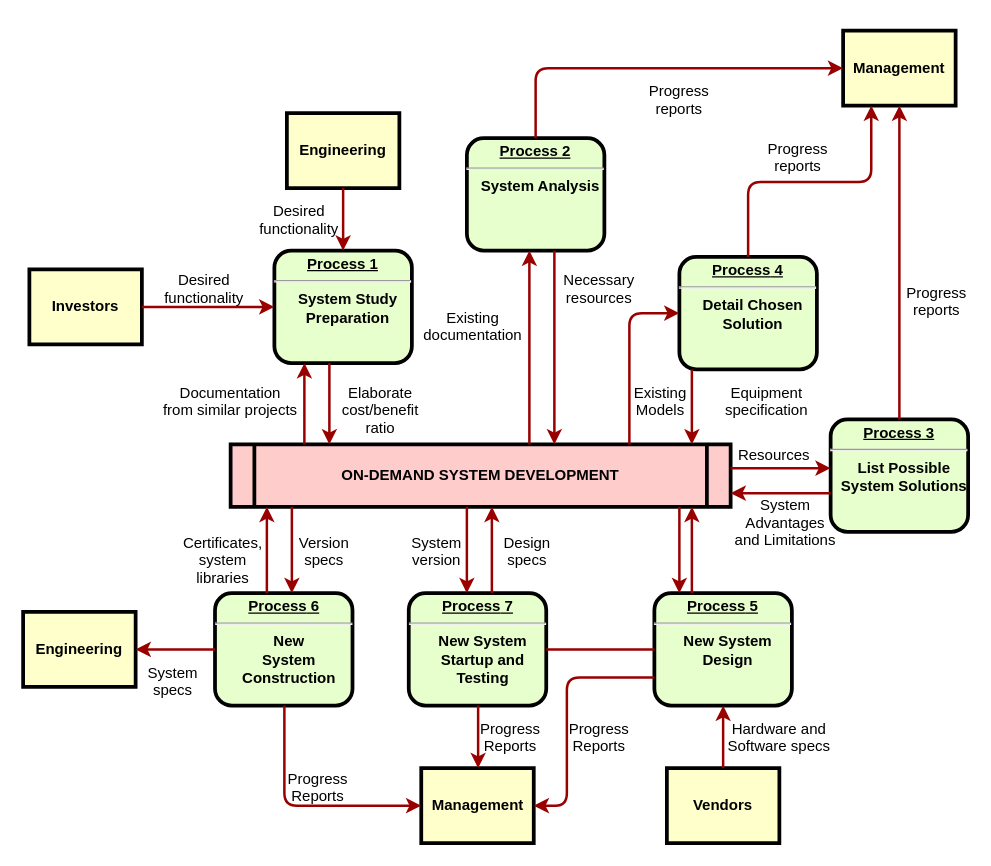
The draw.io diagram Untitled Diagram.drawio in hashib786/chakra-ui, before the edit. Source tidied: cells renumbered, new cells numbered last; positions are measured from the earlier drawing's top-left corner, leaving out a move shared by most shapes. Both pictures are drawn from the tidied source at 125%, with x=0, y=0 at pixel (22, 30).
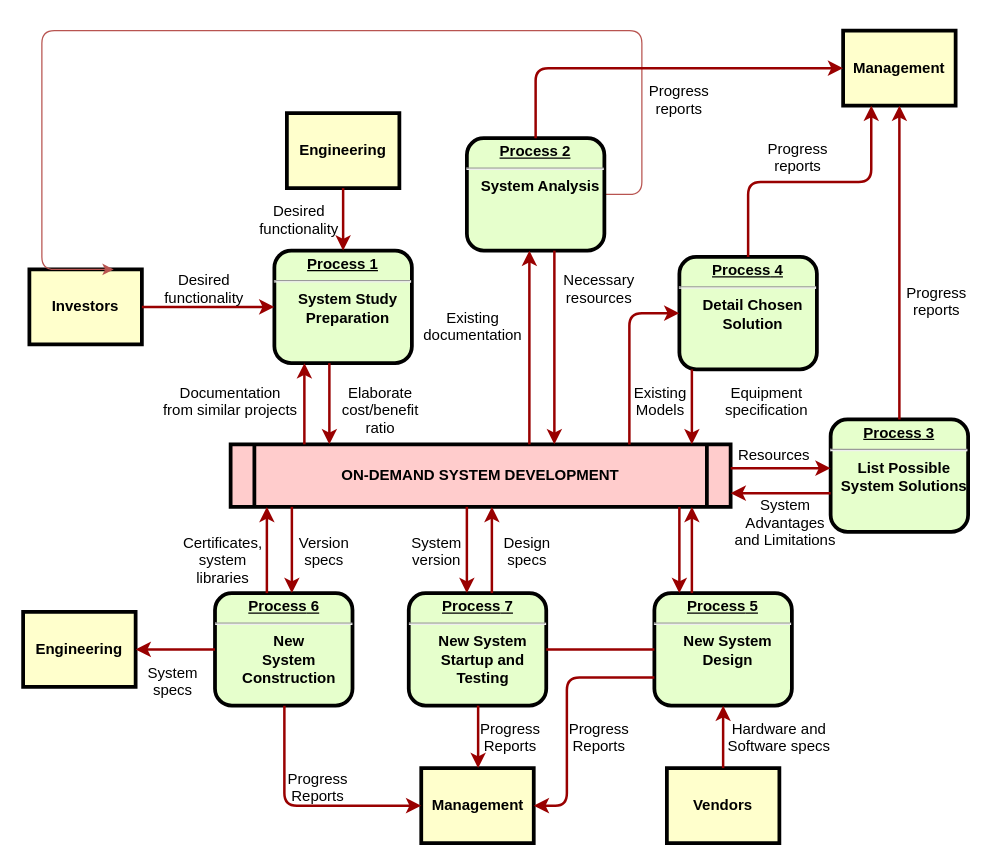
The same diagram, later.

The change refers to these unchanged cells:
```xml
<mxCell id="4" value="Investors" style="whiteSpace=wrap;align=center;verticalAlign=middle;fontStyle=1;strokeWidth=3;fillColor=#FFFFCC;" parent="1" vertex="1">
  <mxGeometry x="5" y="191" width="90" height="60" as="geometry" />
</mxCell>
```

Diff of the diagram source:
```diff
@@
+    <mxCell id="63" style="edgeStyle=orthogonalEdgeStyle;rounded=1;jettySize=auto;html=1;entryX=0.75;entryY=0;entryDx=0;entryDy=0;fillColor=#f8cecc;strokeColor=#b85450;curved=0;" parent="1" edge="1" source="6" target="4">
+      <mxGeometry relative="1" as="geometry">
+        <Array as="points">
+          <mxPoint x="495" y="131" />
+          <mxPoint x="495" />
+          <mxPoint x="15" />
+          <mxPoint x="15" y="191" />
+        </Array>
+      </mxGeometry>
+    </mxCell>
-    <mxCell id="6" value="&lt;p style=&quot;margin: 0px; margin-top: 4px; text-align: center; text-decoration: underline;&quot;&gt;&lt;strong&gt;Process 2&lt;br /&gt;&lt;/strong&gt;&lt;/p&gt;&lt;hr /&gt;&lt;p style=&quot;margin: 0px; margin-left: 8px;&quot;&gt;System Analysis&lt;/p&gt;" style="verticalAlign=middle;align=center;overflow=fill;fontSize=12;fontFamily=Helvetica;html=1;rounded=1;fontStyle=1;strokeWidth=3;fillColor=#E6FFCC;" parent="1" vertex="1">
+    <mxCell id="6" value="&lt;p style=&quot;margin: 0px; margin-top: 4px; text-align: center; text-decoration: underline;&quot;&gt;&lt;strong&gt;Process 2&lt;br&gt;&lt;/strong&gt;&lt;/p&gt;&lt;hr&gt;&lt;p style=&quot;margin: 0px; margin-left: 8px;&quot;&gt;System Analysis&lt;/p&gt;" style="verticalAlign=middle;align=center;overflow=fill;fontSize=12;fontFamily=Helvetica;html=1;rounded=1;fontStyle=1;strokeWidth=3;fillColor=#E6FFCC;direction=west;" parent="1" vertex="1">
       <mxGeometry x="355" y="86" width="110" height="90" as="geometry" />
     </mxCell>
```
